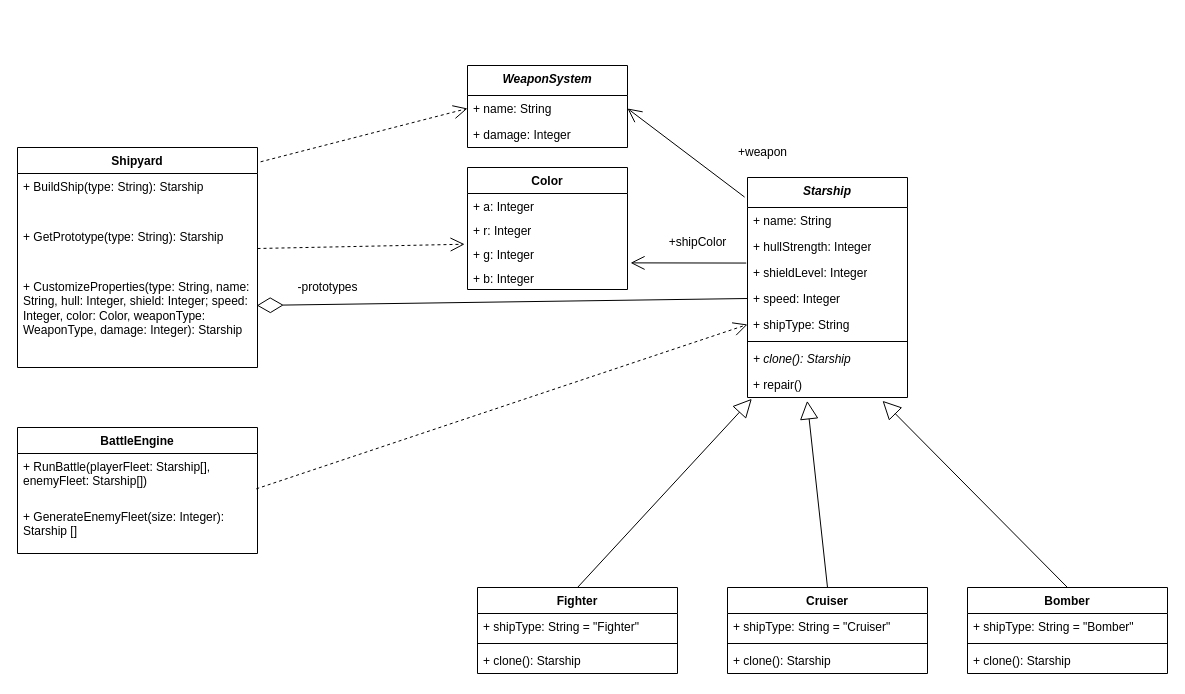
Earlier version of the draw.io diagram lab01/umlships.drawio (bigflyy/Object-oriented-analysis-and-design-2). Source tidied: cells renumbered, new cells numbered last; positions are measured from the earlier drawing's top-left corner, leaving out a move shared by most shapes. Both pictures are drawn from the tidied source at 100%, with x=0, y=0 at pixel (17, 65).
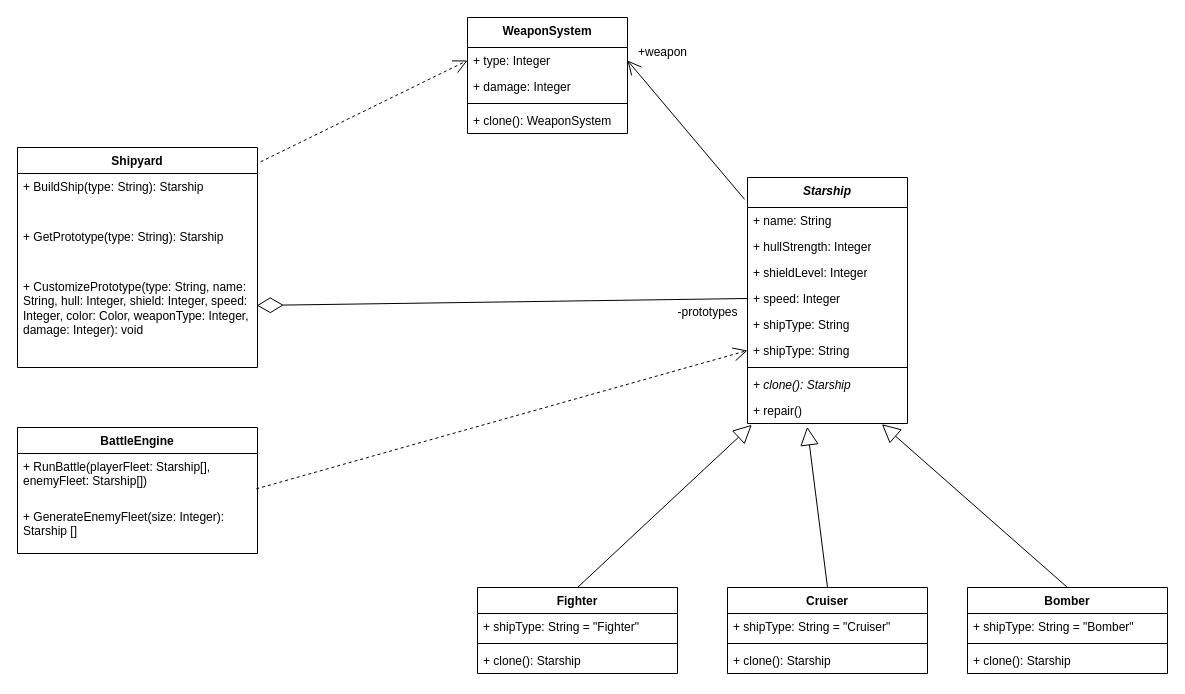
The same diagram, later.

Unchanged cells that the change refers to:
```xml
<mxCell id="5" value="+ shieldLevel: Integer" style="text;strokeColor=none;fillColor=none;align=left;verticalAlign=top;spacingLeft=4;spacingRight=4;overflow=hidden;points=[[0,0.5],[1,0.5]];portConstraint=eastwest;whiteSpace=wrap;html=1;" parent="2" vertex="1">
  <mxGeometry y="82" width="160" height="26" as="geometry" />
</mxCell>
<mxCell id="19" value="Bomber" style="swimlane;fontStyle=1;align=center;verticalAlign=top;horizontal=1;startSize=26;whiteSpace=wrap;html=1;" parent="1" vertex="1">
  <mxGeometry x="950" y="522" width="200" height="86" as="geometry" />
</mxCell>
<mxCell id="42" value="Shipyard" style="swimlane;fontStyle=1;align=center;verticalAlign=top;horizontal=1;startSize=26;whiteSpace=wrap;html=1;" parent="1" vertex="1">
  <mxGeometry y="82" width="240" height="220" as="geometry" />
</mxCell>
<mxCell id="44" value="+ GetPrototype(type: String): Starship" style="text;strokeColor=none;fillColor=none;align=left;verticalAlign=top;spacingLeft=4;spacingRight=4;overflow=hidden;points=[[0,0.5],[1,0.5]];portConstraint=eastwest;whiteSpace=wrap;html=1;" parent="42" vertex="1">
  <mxGeometry y="76" width="240" height="50" as="geometry" />
</mxCell>
```

What changed in the source:
```diff
@@
     <mxCell id="2" value="&lt;div&gt;&lt;i style=&quot;background-color: transparent; color: light-dark(rgb(0, 0, 0), rgb(255, 255, 255));&quot;&gt;Starship&lt;/i&gt;&lt;/div&gt;" style="swimlane;fontStyle=1;align=center;verticalAlign=top;horizontal=1;startSize=30;whiteSpace=wrap;html=1;" parent="1" vertex="1">
-      <mxGeometry x="730" y="112" width="160" height="220" as="geometry" />
+      <mxGeometry x="730" y="112" width="160" height="246" as="geometry" />
     </mxCell>
@@
+    <mxCell id="50" value="+ shipType: String" style="text;strokeColor=none;fillColor=none;align=left;verticalAlign=top;spacingLeft=4;spacingRight=4;overflow=hidden;whiteSpace=wrap;html=1;" parent="2" vertex="1">
+      <mxGeometry y="134" width="160" height="26" as="geometry" />
+    </mxCell>
     <mxCell id="7" value="+ shipType: String" style="text;strokeColor=none;fillColor=none;align=left;verticalAlign=top;spacingLeft=4;spacingRight=4;overflow=hidden;points=[[0,0.5],[1,0.5]];portConstraint=eastwest;whiteSpace=wrap;html=1;" parent="2" vertex="1">
-      <mxGeometry y="134" width="160" height="26" as="geometry" />
+      <mxGeometry y="160" width="160" height="26" as="geometry" />
     </mxCell>
     <mxCell id="8" style="line;strokeWidth=1;fillColor=none;align=left;verticalAlign=middle;spacingTop=-1;spacingLeft=3;spacingRight=3;labelPosition=right;strokeColor=inherit;" parent="2" vertex="1">
-      <mxGeometry y="160" width="160" height="8" as="geometry" />
+      <mxGeometry y="186" width="160" height="8" as="geometry" />
     </mxCell>
     <mxCell id="9" value="&lt;i&gt;+ clone(): Starship&lt;/i&gt;" style="text;strokeColor=none;fillColor=none;align=left;verticalAlign=top;spacingLeft=4;spacingRight=4;overflow=hidden;whiteSpace=wrap;html=1;" parent="2" vertex="1">
-      <mxGeometry y="168" width="160" height="26" as="geometry" />
+      <mxGeometry y="194" width="160" height="26" as="geometry" />
     </mxCell>
     <mxCell id="10" value="+ repair()" style="text;strokeColor=none;fillColor=none;align=left;verticalAlign=top;spacingLeft=4;spacingRight=4;overflow=hidden;points=[[0,0.5],[1,0.5]];portConstraint=eastwest;whiteSpace=wrap;html=1;" parent="2" vertex="1">
-      <mxGeometry y="194" width="160" height="26" as="geometry" />
+      <mxGeometry y="220" width="160" height="26" as="geometry" />
     </mxCell>
@@
-    <mxCell id="25" style="endArrow=block;endSize=16;endFill=0;html=1;rounded=0;exitX=0.5;exitY=0;exitDx=0;exitDy=0;entryX=0.844;entryY=1.128;entryDx=0;entryDy=0;entryPerimeter=0;" parent="1" edge="1" source="19" target="10">
+    <mxCell id="25" style="endArrow=block;endSize=16;endFill=0;html=1;rounded=0;exitX=0.5;exitY=0;exitDx=0;exitDy=0;entryX=0.84;entryY=1.026;entryDx=0;entryDy=0;entryPerimeter=0;" parent="1" edge="1" source="19" target="10">
       <mxGeometry relative="1" as="geometry" />
     </mxCell>
-    <mxCell id="26" value="&lt;i&gt;WeaponSystem&lt;/i&gt;" style="swimlane;fontStyle=1;align=center;verticalAlign=top;horizontal=1;startSize=30;whiteSpace=wrap;html=1;" parent="1" vertex="1">
-      <mxGeometry x="450" width="160" height="82" as="geometry" />
+    <mxCell id="26" value="WeaponSystem" style="swimlane;fontStyle=1;align=center;verticalAlign=top;horizontal=1;startSize=30;whiteSpace=wrap;html=1;" parent="1" vertex="1">
+      <mxGeometry x="450" y="-48" width="160" height="116" as="geometry" />
     </mxCell>
-    <mxCell id="27" value="+ name: String" style="text;strokeColor=none;fillColor=none;align=left;verticalAlign=top;spacingLeft=4;spacingRight=4;overflow=hidden;points=[[0,0.5],[1,0.5]];portConstraint=eastwest;whiteSpace=wrap;html=1;" parent="26" vertex="1">
+    <mxCell id="27" value="+ type: Integer" style="text;strokeColor=none;fillColor=none;align=left;verticalAlign=top;spacingLeft=4;spacingRight=4;overflow=hidden;points=[[0,0.5],[1,0.5]];portConstraint=eastwest;whiteSpace=wrap;html=1;" parent="26" vertex="1">
       <mxGeometry y="30" width="160" height="26" as="geometry" />
     </mxCell>
@@
+    <mxCell id="51" style="line;strokeWidth=1;fillColor=none;align=left;verticalAlign=middle;spacingTop=-1;spacingLeft=3;spacingRight=3;labelPosition=right;strokeColor=inherit;" parent="26" vertex="1">
+      <mxGeometry y="82" width="160" height="8" as="geometry" />
+    </mxCell>
+    <mxCell id="52" value="+ clone(): WeaponSystem" style="text;strokeColor=none;fillColor=none;align=left;verticalAlign=top;spacingLeft=4;spacingRight=4;overflow=hidden;whiteSpace=wrap;html=1;" parent="26" vertex="1">
+      <mxGeometry y="90" width="160" height="26" as="geometry" />
+    </mxCell>
@@
-    <mxCell id="34" value="Color" style="swimlane;fontStyle=1;align=center;verticalAlign=top;horizontal=1;startSize=26;whiteSpace=wrap;html=1;" parent="1" vertex="1">
-      <mxGeometry x="450" y="102" width="160" height="122" as="geometry" />
-    </mxCell>
-    <mxCell id="35" value="+ a: Integer" style="text;strokeColor=none;fillColor=none;align=left;verticalAlign=top;spacingLeft=4;spacingRight=4;overflow=hidden;whiteSpace=wrap;html=1;" parent="34" vertex="1">
-      <mxGeometry y="26" width="160" height="24" as="geometry" />
-    </mxCell>
-    <mxCell id="36" value="+ r: Integer" style="text;strokeColor=none;fillColor=none;align=left;verticalAlign=top;spacingLeft=4;spacingRight=4;overflow=hidden;whiteSpace=wrap;html=1;" parent="34" vertex="1">
-      <mxGeometry y="50" width="160" height="24" as="geometry" />
-    </mxCell>
-    <mxCell id="37" value="+ g: Integer" style="text;strokeColor=none;fillColor=none;align=left;verticalAlign=top;spacingLeft=4;spacingRight=4;overflow=hidden;points=[[0,0.5],[1,0.5]];portConstraint=eastwest;whiteSpace=wrap;html=1;" parent="34" vertex="1">
-      <mxGeometry y="74" width="160" height="24" as="geometry" />
-    </mxCell>
-    <mxCell id="38" value="+ b: Integer" style="text;strokeColor=none;fillColor=none;align=left;verticalAlign=top;spacingLeft=4;spacingRight=4;overflow=hidden;points=[[0,0.5],[1,0.5]];portConstraint=eastwest;whiteSpace=wrap;html=1;" parent="34" vertex="1">
-      <mxGeometry y="98" width="160" height="24" as="geometry" />
-    </mxCell>
-    <mxCell id="39" style="endArrow=open;endFill=1;endSize=12;html=1;rounded=0;entryX=1.019;entryY=-0.109;entryDx=0;entryDy=0;exitX=-0.008;exitY=0.137;exitDx=0;exitDy=0;exitPerimeter=0;entryPerimeter=0;" parent="1" edge="1" source="5" target="38">
-      <mxGeometry relative="1" as="geometry" />
-    </mxCell>
     <mxCell id="40" value="+weapon" style="text;html=1;align=center;verticalAlign=middle;strokeColor=none;fillColor=none;" parent="1" vertex="1">
-      <mxGeometry x="710" y="72" width="70" height="30" as="geometry" />
+      <mxGeometry x="610" y="-28" width="70" height="30" as="geometry" />
     </mxCell>
-    <mxCell id="41" value="+shipColor" style="text;html=1;align=center;verticalAlign=middle;strokeColor=none;fillColor=none;" parent="1" vertex="1">
-      <mxGeometry x="640" y="162" width="80" height="30" as="geometry" />
-    </mxCell>
@@
-    <mxCell id="45" value="+ CustomizeProperties(type: String, name: String, hull: Integer, shield: Integer; speed: Integer, color: Color, weaponType: WeaponType, damage: Integer): Starship" style="text;strokeColor=none;fillColor=none;align=left;verticalAlign=top;spacingLeft=4;spacingRight=4;overflow=hidden;points=[[0,0.5],[1,0.5]];portConstraint=eastwest;whiteSpace=wrap;html=1;" parent="42" vertex="1">
+    <mxCell id="45" value="+ CustomizePrototype(type: String, name: String, hull: Integer, shield: Integer, speed: Integer, color: Color, weaponType: Integer, damage: Integer): void" style="text;strokeColor=none;fillColor=none;align=left;verticalAlign=top;spacingLeft=4;spacingRight=4;overflow=hidden;points=[[0,0.5],[1,0.5]];portConstraint=eastwest;whiteSpace=wrap;html=1;" parent="42" vertex="1">
       <mxGeometry y="126" width="240" height="94" as="geometry" />
     </mxCell>
@@
     <mxCell id="47" value="-prototypes" style="text;html=1;align=center;verticalAlign=middle;strokeColor=none;fillColor=none;" parent="1" vertex="1">
-      <mxGeometry x="270" y="207" width="80" height="30" as="geometry" />
+      <mxGeometry x="650" y="232" width="80" height="30" as="geometry" />
     </mxCell>
-    <mxCell id="48" style="endArrow=open;endSize=12;dashed=1;html=1;rounded=0;exitX=1;exitY=0.5;exitDx=0;exitDy=0;entryX=-0.018;entryY=0.114;entryDx=0;entryDy=0;entryPerimeter=0;" parent="1" edge="1" source="44" target="37">
-      <mxGeometry relative="1" as="geometry" />
-    </mxCell>
```
